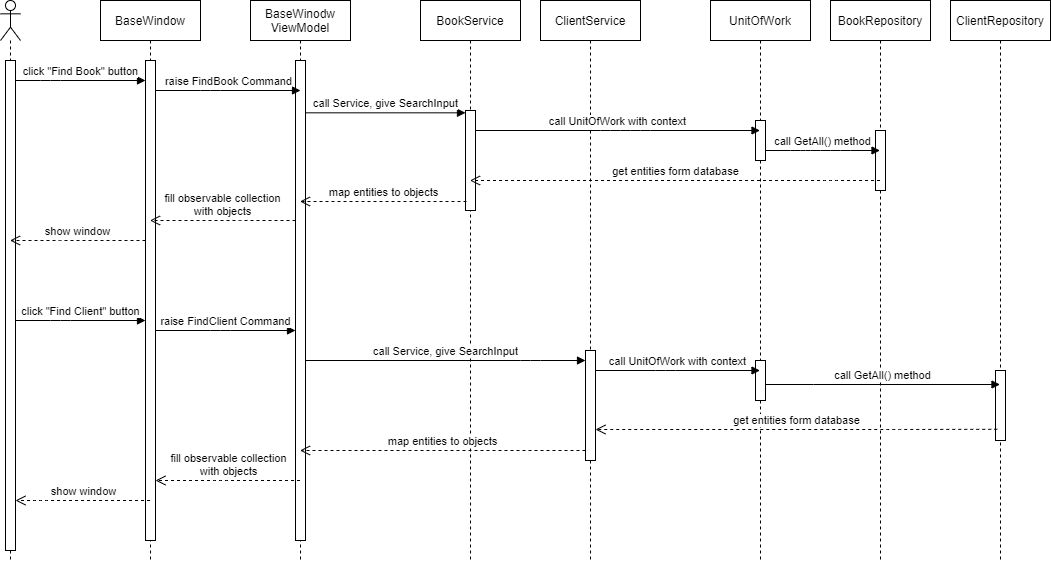
This is UML/Sequence.png from F0rsV/TRPS.F, a draw.io export, as it was before one commit. Source tidied: cells renumbered, new cells last; positions are measured from the earlier drawing's top-left corner, leaving out a move shared by most shapes. Its diagram source:
```xml
<mxGraphModel background="#ffffff">
  <root>
    <mxCell id="0" />
    <mxCell id="1" parent="0" />
    <mxCell id="2" style="shape=umlLifeline;participant=umlActor;perimeter=lifelinePerimeter;whiteSpace=wrap;html=1;verticalAlign=top;spacingTop=36;labelBackgroundColor=#ffffff;outlineConnect=0;" parent="1" vertex="1">
      <mxGeometry width="20" height="560" as="geometry" />
    </mxCell>
    <mxCell id="3" style="html=1;points=[];perimeter=orthogonalPerimeter;" parent="2" vertex="1">
      <mxGeometry x="5" y="60" width="10" height="490" as="geometry" />
    </mxCell>
    <mxCell id="4" value="BaseWindow" style="shape=umlLifeline;perimeter=lifelinePerimeter;whiteSpace=wrap;html=1;outlineConnect=0;" parent="1" vertex="1">
      <mxGeometry x="100" width="100" height="560" as="geometry" />
    </mxCell>
    <mxCell id="5" style="html=1;points=[];perimeter=orthogonalPerimeter;" parent="4" vertex="1">
      <mxGeometry x="45" y="60" width="10" height="480" as="geometry" />
    </mxCell>
    <mxCell id="6" value="BaseWinodw&lt;br&gt;ViewModel" style="shape=umlLifeline;perimeter=lifelinePerimeter;whiteSpace=wrap;html=1;outlineConnect=0;" parent="1" vertex="1">
      <mxGeometry x="250" width="100" height="560" as="geometry" />
    </mxCell>
    <mxCell id="7" style="html=1;points=[];perimeter=orthogonalPerimeter;" parent="6" vertex="1">
      <mxGeometry x="45" y="60" width="10" height="480" as="geometry" />
    </mxCell>
    <mxCell id="8" value="BookService" style="shape=umlLifeline;perimeter=lifelinePerimeter;whiteSpace=wrap;html=1;outlineConnect=0;" parent="1" vertex="1">
      <mxGeometry x="420" width="100" height="560" as="geometry" />
    </mxCell>
    <mxCell id="9" style="html=1;points=[];perimeter=orthogonalPerimeter;" parent="8" vertex="1">
      <mxGeometry x="45" y="110" width="10" height="100" as="geometry" />
    </mxCell>
    <mxCell id="10" value="ClientService" style="shape=umlLifeline;perimeter=lifelinePerimeter;whiteSpace=wrap;html=1;" parent="1" vertex="1">
      <mxGeometry x="540" width="100" height="560" as="geometry" />
    </mxCell>
    <mxCell id="11" style="html=1;points=[];perimeter=orthogonalPerimeter;" parent="10" vertex="1">
      <mxGeometry x="45" y="350" width="10" height="110" as="geometry" />
    </mxCell>
    <mxCell id="12" value="UnitOfWork" style="shape=umlLifeline;perimeter=lifelinePerimeter;whiteSpace=wrap;html=1;outlineConnect=0;" parent="1" vertex="1">
      <mxGeometry x="710" width="100" height="560" as="geometry" />
    </mxCell>
    <mxCell id="13" style="html=1;points=[];perimeter=orthogonalPerimeter;" parent="12" vertex="1">
      <mxGeometry x="45" y="120" width="10" height="40" as="geometry" />
    </mxCell>
    <mxCell id="14" style="html=1;points=[];perimeter=orthogonalPerimeter;" parent="12" vertex="1">
      <mxGeometry x="45" y="360" width="10" height="40" as="geometry" />
    </mxCell>
    <mxCell id="15" value="BookRepository" style="shape=umlLifeline;perimeter=lifelinePerimeter;whiteSpace=wrap;html=1;outlineConnect=0;" parent="1" vertex="1">
      <mxGeometry x="830" width="100" height="560" as="geometry" />
    </mxCell>
    <mxCell id="16" value="ClientRepository" style="shape=umlLifeline;perimeter=lifelinePerimeter;whiteSpace=wrap;html=1;outlineConnect=0;" parent="1" vertex="1">
      <mxGeometry x="950" width="100" height="560" as="geometry" />
    </mxCell>
    <mxCell id="17" style="html=1;points=[];perimeter=orthogonalPerimeter;" parent="16" vertex="1">
      <mxGeometry x="45" y="370" width="10" height="70" as="geometry" />
    </mxCell>
    <mxCell id="18" value="click &quot;Find Book&quot; button" style="html=1;verticalAlign=bottom;endArrow=block;" parent="1" edge="1" source="3" target="5">
      <mxGeometry relative="1" as="geometry">
        <Array as="points">
          <mxPoint x="50" y="80" />
        </Array>
      </mxGeometry>
    </mxCell>
    <mxCell id="19" value="raise FindBook Command" style="html=1;verticalAlign=bottom;endArrow=block;" parent="1" edge="1" source="5">
      <mxGeometry relative="1" as="geometry">
        <mxPoint x="300" y="90" as="targetPoint" />
        <Array as="points">
          <mxPoint x="210" y="90" />
        </Array>
      </mxGeometry>
    </mxCell>
    <mxCell id="20" value="call Service, give SearchInput" style="html=1;verticalAlign=bottom;endArrow=block;exitX=0.971;exitY=0.109;exitDx=0;exitDy=0;exitPerimeter=0;" parent="1" edge="1" source="7" target="9">
      <mxGeometry relative="1" as="geometry" />
    </mxCell>
    <mxCell id="21" value="call UnitOfWork with context" style="html=1;verticalAlign=bottom;endArrow=block;" parent="1" edge="1" source="9" target="12">
      <mxGeometry relative="1" as="geometry">
        <Array as="points">
          <mxPoint x="610" y="130" />
          <mxPoint x="640" y="130" />
        </Array>
      </mxGeometry>
    </mxCell>
    <mxCell id="22" style="html=1;perimeter=orthogonalPerimeter;" parent="1" vertex="1">
      <mxGeometry x="875" y="130" width="10" height="60" as="geometry" />
    </mxCell>
    <mxCell id="23" value="call GetAll() method" style="html=1;verticalAlign=bottom;endArrow=block;" parent="1" edge="1" source="13" target="15">
      <mxGeometry relative="1" as="geometry">
        <Array as="points">
          <mxPoint x="800" y="150" />
          <mxPoint x="810" y="150" />
          <mxPoint x="840" y="150" />
        </Array>
      </mxGeometry>
    </mxCell>
    <mxCell id="24" value="get entities form database" style="html=1;verticalAlign=bottom;endArrow=open;dashed=1;endSize=8;" parent="1" edge="1" source="15" target="8">
      <mxGeometry relative="1" as="geometry">
        <Array as="points">
          <mxPoint x="830" y="180" />
        </Array>
      </mxGeometry>
    </mxCell>
    <mxCell id="25" value="map entities to objects" style="html=1;verticalAlign=bottom;endArrow=open;dashed=1;endSize=8;exitX=0.1;exitY=0.91;exitDx=0;exitDy=0;exitPerimeter=0;" parent="1" edge="1" source="9" target="6">
      <mxGeometry relative="1" as="geometry" />
    </mxCell>
    <mxCell id="26" value="fill observable collection&lt;br&gt;with objects" style="html=1;verticalAlign=bottom;endArrow=open;dashed=1;endSize=8;" parent="1" edge="1" source="7" target="4">
      <mxGeometry relative="1" as="geometry">
        <Array as="points">
          <mxPoint x="230" y="220" />
        </Array>
      </mxGeometry>
    </mxCell>
    <mxCell id="27" value="show window" style="html=1;verticalAlign=bottom;endArrow=open;dashed=1;endSize=8;" parent="1" edge="1" source="5" target="2">
      <mxGeometry relative="1" as="geometry">
        <Array as="points">
          <mxPoint x="50" y="240" />
        </Array>
      </mxGeometry>
    </mxCell>
    <mxCell id="28" value="click &quot;Find Client&quot; button" style="html=1;verticalAlign=bottom;endArrow=block;" parent="1" edge="1" source="3" target="5">
      <mxGeometry relative="1" as="geometry">
        <Array as="points">
          <mxPoint x="60" y="320" />
        </Array>
      </mxGeometry>
    </mxCell>
    <mxCell id="29" value="raise FindClient Command" style="html=1;verticalAlign=bottom;endArrow=block;" parent="1" edge="1" source="5" target="7">
      <mxGeometry relative="1" as="geometry">
        <Array as="points">
          <mxPoint x="220" y="330" />
        </Array>
      </mxGeometry>
    </mxCell>
    <mxCell id="30" value="call Service, give SearchInput" style="html=1;verticalAlign=bottom;endArrow=block;" parent="1" edge="1" source="7" target="11">
      <mxGeometry relative="1" as="geometry">
        <Array as="points">
          <mxPoint x="530" y="360" />
        </Array>
      </mxGeometry>
    </mxCell>
    <mxCell id="31" value="call UnitOfWork with context" style="html=1;verticalAlign=bottom;endArrow=block;" parent="1" edge="1" source="11" target="12">
      <mxGeometry relative="1" as="geometry">
        <Array as="points">
          <mxPoint x="665" y="370" />
        </Array>
      </mxGeometry>
    </mxCell>
    <mxCell id="32" value="call GetAll() method" style="html=1;verticalAlign=bottom;endArrow=block;" parent="1" edge="1" source="14" target="16">
      <mxGeometry relative="1" as="geometry">
        <Array as="points">
          <mxPoint x="805.5" y="384" />
          <mxPoint x="815.5" y="384" />
          <mxPoint x="845.5" y="384" />
        </Array>
      </mxGeometry>
    </mxCell>
    <mxCell id="33" value="get entities form database" style="html=1;verticalAlign=bottom;endArrow=open;dashed=1;endSize=8;exitX=0.176;exitY=0.84;exitDx=0;exitDy=0;exitPerimeter=0;" parent="1" edge="1" source="17" target="11">
      <mxGeometry relative="1" as="geometry">
        <Array as="points">
          <mxPoint x="890" y="429" />
        </Array>
      </mxGeometry>
    </mxCell>
    <mxCell id="34" value="map entities to objects" style="html=1;verticalAlign=bottom;endArrow=open;dashed=1;endSize=8;" parent="1" edge="1" source="11" target="6">
      <mxGeometry relative="1" as="geometry">
        <Array as="points">
          <mxPoint x="380" y="450" />
        </Array>
      </mxGeometry>
    </mxCell>
    <mxCell id="35" value="fill observable collection&lt;br&gt;with objects" style="html=1;verticalAlign=bottom;endArrow=open;dashed=1;endSize=8;" parent="1" edge="1" source="6" target="5">
      <mxGeometry relative="1" as="geometry">
        <Array as="points">
          <mxPoint x="220" y="480" />
        </Array>
      </mxGeometry>
    </mxCell>
    <mxCell id="36" value="show window" style="html=1;verticalAlign=bottom;endArrow=open;dashed=1;endSize=8;" parent="1" edge="1" source="4" target="3">
      <mxGeometry relative="1" as="geometry">
        <Array as="points">
          <mxPoint x="40.2" y="500" />
        </Array>
      </mxGeometry>
    </mxCell>
  </root>
</mxGraphModel>
```
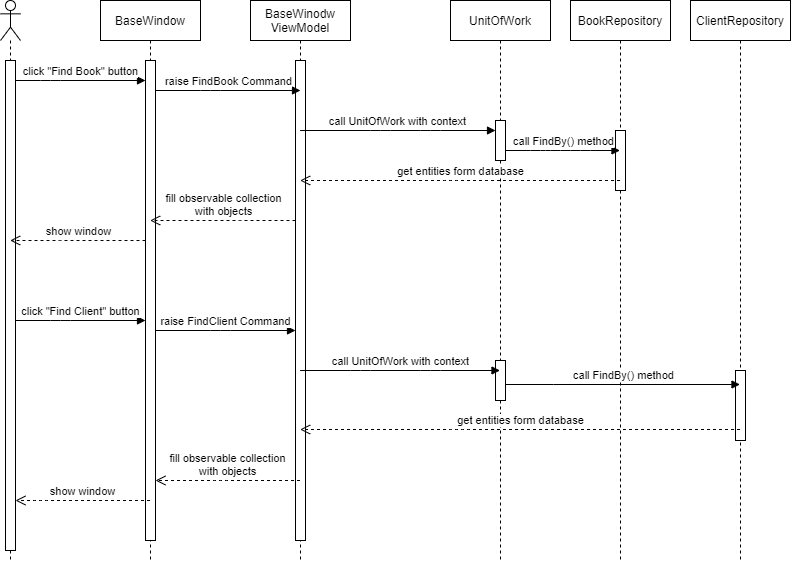
The same file after the commit.

Diff of the diagram source:
```diff
@@ -3,35 +3,23 @@
     <mxCell id="0" />
     <mxCell id="1" parent="0" />
     <mxCell id="2" style="shape=umlLifeline;participant=umlActor;perimeter=lifelinePerimeter;whiteSpace=wrap;html=1;verticalAlign=top;spacingTop=36;labelBackgroundColor=#ffffff;outlineConnect=0;" parent="1" vertex="1">
-      <mxGeometry width="20" height="560" as="geometry" />
+      <mxGeometry x="260" width="20" height="560" as="geometry" />
     </mxCell>
     <mxCell id="3" style="html=1;points=[];perimeter=orthogonalPerimeter;" parent="2" vertex="1">
       <mxGeometry x="5" y="60" width="10" height="490" as="geometry" />
     </mxCell>
     <mxCell id="4" value="BaseWindow" style="shape=umlLifeline;perimeter=lifelinePerimeter;whiteSpace=wrap;html=1;outlineConnect=0;" parent="1" vertex="1">
-      <mxGeometry x="100" width="100" height="560" as="geometry" />
+      <mxGeometry x="360" width="100" height="560" as="geometry" />
     </mxCell>
     <mxCell id="5" style="html=1;points=[];perimeter=orthogonalPerimeter;" parent="4" vertex="1">
       <mxGeometry x="45" y="60" width="10" height="480" as="geometry" />
     </mxCell>
     <mxCell id="6" value="BaseWinodw&lt;br&gt;ViewModel" style="shape=umlLifeline;perimeter=lifelinePerimeter;whiteSpace=wrap;html=1;outlineConnect=0;" parent="1" vertex="1">
-      <mxGeometry x="250" width="100" height="560" as="geometry" />
+      <mxGeometry x="510" width="100" height="560" as="geometry" />
     </mxCell>
     <mxCell id="7" style="html=1;points=[];perimeter=orthogonalPerimeter;" parent="6" vertex="1">
       <mxGeometry x="45" y="60" width="10" height="480" as="geometry" />
     </mxCell>
-    <mxCell id="8" value="BookService" style="shape=umlLifeline;perimeter=lifelinePerimeter;whiteSpace=wrap;html=1;outlineConnect=0;" parent="1" vertex="1">
-      <mxGeometry x="420" width="100" height="560" as="geometry" />
-    </mxCell>
-    <mxCell id="9" style="html=1;points=[];perimeter=orthogonalPerimeter;" parent="8" vertex="1">
-      <mxGeometry x="45" y="110" width="10" height="100" as="geometry" />
-    </mxCell>
-    <mxCell id="10" value="ClientService" style="shape=umlLifeline;perimeter=lifelinePerimeter;whiteSpace=wrap;html=1;" parent="1" vertex="1">
-      <mxGeometry x="540" width="100" height="560" as="geometry" />
-    </mxCell>
-    <mxCell id="11" style="html=1;points=[];perimeter=orthogonalPerimeter;" parent="10" vertex="1">
-      <mxGeometry x="45" y="350" width="10" height="110" as="geometry" />
-    </mxCell>
     <mxCell id="12" value="UnitOfWork" style="shape=umlLifeline;perimeter=lifelinePerimeter;whiteSpace=wrap;html=1;outlineConnect=0;" parent="1" vertex="1">
       <mxGeometry x="710" width="100" height="560" as="geometry" />
     </mxCell>
@@ -53,33 +41,30 @@
     <mxCell id="18" value="click &quot;Find Book&quot; button" style="html=1;verticalAlign=bottom;endArrow=block;" parent="1" edge="1" source="3" target="5">
       <mxGeometry relative="1" as="geometry">
         <Array as="points">
-          <mxPoint x="50" y="80" />
+          <mxPoint x="310" y="80" />
         </Array>
       </mxGeometry>
     </mxCell>
     <mxCell id="19" value="raise FindBook Command" style="html=1;verticalAlign=bottom;endArrow=block;" parent="1" edge="1" source="5">
       <mxGeometry relative="1" as="geometry">
-        <mxPoint x="300" y="90" as="targetPoint" />
+        <mxPoint x="560" y="90" as="targetPoint" />
         <Array as="points">
-          <mxPoint x="210" y="90" />
+          <mxPoint x="470" y="90" />
         </Array>
       </mxGeometry>
     </mxCell>
-    <mxCell id="20" value="call Service, give SearchInput" style="html=1;verticalAlign=bottom;endArrow=block;exitX=0.971;exitY=0.109;exitDx=0;exitDy=0;exitPerimeter=0;" parent="1" edge="1" source="7" target="9">
-      <mxGeometry relative="1" as="geometry" />
-    </mxCell>
-    <mxCell id="21" value="call UnitOfWork with context" style="html=1;verticalAlign=bottom;endArrow=block;" parent="1" edge="1" source="9" target="12">
+    <mxCell id="21" value="call UnitOfWork with context" style="html=1;verticalAlign=bottom;endArrow=block;" parent="1" edge="1" source="6" target="13">
       <mxGeometry relative="1" as="geometry">
         <Array as="points">
-          <mxPoint x="610" y="130" />
           <mxPoint x="640" y="130" />
+          <mxPoint x="690" y="130" />
         </Array>
       </mxGeometry>
     </mxCell>
     <mxCell id="22" style="html=1;perimeter=orthogonalPerimeter;" parent="1" vertex="1">
       <mxGeometry x="875" y="130" width="10" height="60" as="geometry" />
     </mxCell>
-    <mxCell id="23" value="call GetAll() method" style="html=1;verticalAlign=bottom;endArrow=block;" parent="1" edge="1" source="13" target="15">
+    <mxCell id="23" value="call FindBy() method" style="html=1;verticalAlign=bottom;endArrow=block;" parent="1" edge="1" source="13" target="15">
       <mxGeometry relative="1" as="geometry">
         <Array as="points">
           <mxPoint x="800" y="150" />
@@ -88,59 +73,50 @@
         </Array>
       </mxGeometry>
     </mxCell>
-    <mxCell id="24" value="get entities form database" style="html=1;verticalAlign=bottom;endArrow=open;dashed=1;endSize=8;" parent="1" edge="1" source="15" target="8">
+    <mxCell id="24" value="get entities form database" style="html=1;verticalAlign=bottom;endArrow=open;dashed=1;endSize=8;" parent="1" edge="1" source="15" target="6">
       <mxGeometry relative="1" as="geometry">
         <Array as="points">
-          <mxPoint x="830" y="180" />
+          <mxPoint x="710" y="180" />
         </Array>
       </mxGeometry>
     </mxCell>
-    <mxCell id="25" value="map entities to objects" style="html=1;verticalAlign=bottom;endArrow=open;dashed=1;endSize=8;exitX=0.1;exitY=0.91;exitDx=0;exitDy=0;exitPerimeter=0;" parent="1" edge="1" source="9" target="6">
-      <mxGeometry relative="1" as="geometry" />
-    </mxCell>
     <mxCell id="26" value="fill observable collection&lt;br&gt;with objects" style="html=1;verticalAlign=bottom;endArrow=open;dashed=1;endSize=8;" parent="1" edge="1" source="7" target="4">
       <mxGeometry relative="1" as="geometry">
         <Array as="points">
-          <mxPoint x="230" y="220" />
+          <mxPoint x="490" y="220" />
         </Array>
       </mxGeometry>
     </mxCell>
     <mxCell id="27" value="show window" style="html=1;verticalAlign=bottom;endArrow=open;dashed=1;endSize=8;" parent="1" edge="1" source="5" target="2">
       <mxGeometry relative="1" as="geometry">
         <Array as="points">
-          <mxPoint x="50" y="240" />
+          <mxPoint x="310" y="240" />
         </Array>
       </mxGeometry>
     </mxCell>
     <mxCell id="28" value="click &quot;Find Client&quot; button" style="html=1;verticalAlign=bottom;endArrow=block;" parent="1" edge="1" source="3" target="5">
       <mxGeometry relative="1" as="geometry">
         <Array as="points">
-          <mxPoint x="60" y="320" />
+          <mxPoint x="320" y="320" />
         </Array>
       </mxGeometry>
     </mxCell>
     <mxCell id="29" value="raise FindClient Command" style="html=1;verticalAlign=bottom;endArrow=block;" parent="1" edge="1" source="5" target="7">
       <mxGeometry relative="1" as="geometry">
         <Array as="points">
-          <mxPoint x="220" y="330" />
+          <mxPoint x="480" y="330" />
         </Array>
       </mxGeometry>
     </mxCell>
-    <mxCell id="30" value="call Service, give SearchInput" style="html=1;verticalAlign=bottom;endArrow=block;" parent="1" edge="1" source="7" target="11">
-      <mxGeometry relative="1" as="geometry">
-        <Array as="points">
-          <mxPoint x="530" y="360" />
-        </Array>
-      </mxGeometry>
-    </mxCell>
-    <mxCell id="31" value="call UnitOfWork with context" style="html=1;verticalAlign=bottom;endArrow=block;" parent="1" edge="1" source="11" target="12">
+    <mxCell id="31" value="call UnitOfWork with context" style="html=1;verticalAlign=bottom;endArrow=block;" parent="1" edge="1" source="6" target="12">
       <mxGeometry relative="1" as="geometry">
         <Array as="points">
-          <mxPoint x="665" y="370" />
+          <mxPoint x="620" y="370" />
+          <mxPoint x="690" y="370" />
         </Array>
       </mxGeometry>
     </mxCell>
-    <mxCell id="32" value="call GetAll() method" style="html=1;verticalAlign=bottom;endArrow=block;" parent="1" edge="1" source="14" target="16">
+    <mxCell id="32" value="call FindBy() method" style="html=1;verticalAlign=bottom;endArrow=block;" parent="1" edge="1" source="14" target="16">
       <mxGeometry relative="1" as="geometry">
         <Array as="points">
           <mxPoint x="805.5" y="384" />
@@ -149,31 +125,24 @@
         </Array>
       </mxGeometry>
     </mxCell>
-    <mxCell id="33" value="get entities form database" style="html=1;verticalAlign=bottom;endArrow=open;dashed=1;endSize=8;exitX=0.176;exitY=0.84;exitDx=0;exitDy=0;exitPerimeter=0;" parent="1" edge="1" source="17" target="11">
+    <mxCell id="33" value="get entities form database" style="html=1;verticalAlign=bottom;endArrow=open;dashed=1;endSize=8;" parent="1" edge="1" source="16" target="6">
       <mxGeometry relative="1" as="geometry">
         <Array as="points">
-          <mxPoint x="890" y="429" />
+          <mxPoint x="720" y="429" />
         </Array>
       </mxGeometry>
     </mxCell>
-    <mxCell id="34" value="map entities to objects" style="html=1;verticalAlign=bottom;endArrow=open;dashed=1;endSize=8;" parent="1" edge="1" source="11" target="6">
-      <mxGeometry relative="1" as="geometry">
-        <Array as="points">
-          <mxPoint x="380" y="450" />
-        </Array>
-      </mxGeometry>
-    </mxCell>
     <mxCell id="35" value="fill observable collection&lt;br&gt;with objects" style="html=1;verticalAlign=bottom;endArrow=open;dashed=1;endSize=8;" parent="1" edge="1" source="6" target="5">
       <mxGeometry relative="1" as="geometry">
         <Array as="points">
-          <mxPoint x="220" y="480" />
+          <mxPoint x="480" y="480" />
         </Array>
       </mxGeometry>
     </mxCell>
     <mxCell id="36" value="show window" style="html=1;verticalAlign=bottom;endArrow=open;dashed=1;endSize=8;" parent="1" edge="1" source="4" target="3">
       <mxGeometry relative="1" as="geometry">
         <Array as="points">
-          <mxPoint x="40.2" y="500" />
+          <mxPoint x="300.2" y="500" />
         </Array>
       </mxGeometry>
     </mxCell>
```
